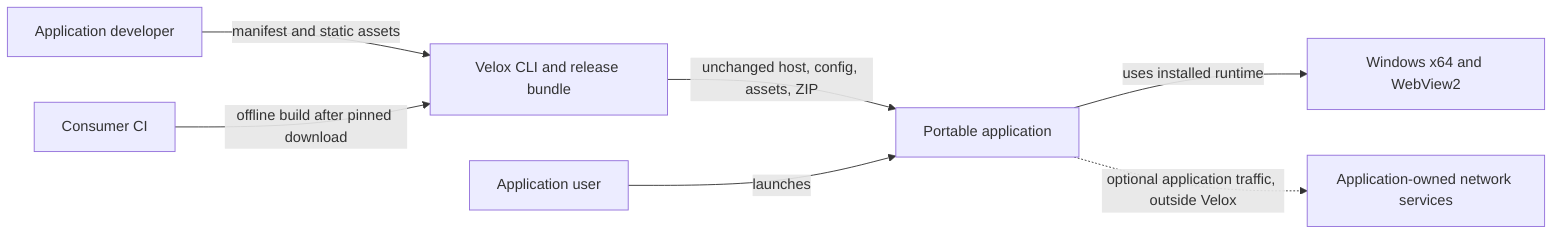
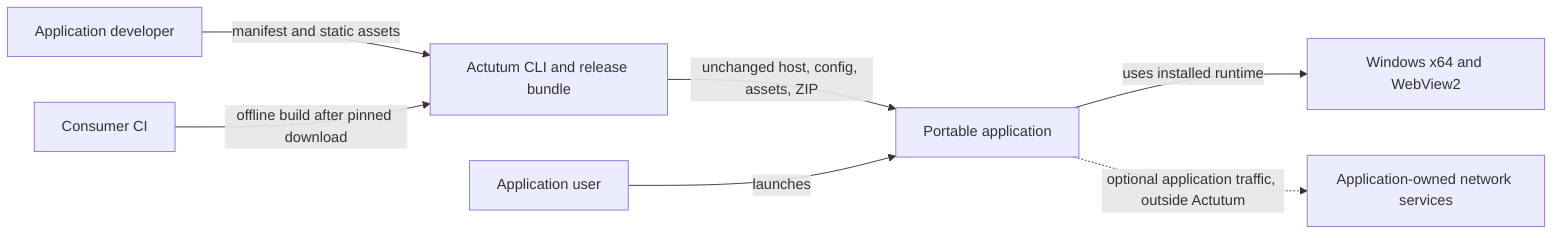
flowchart LR
  developer["Application developer"]
  ci["Consumer CI"]
-   velox["Velox CLI and release bundle"]
+   actutum["Actutum CLI and release bundle"]
  output["Portable application"]
  user["Application user"]
  windows["Windows x64 and WebView2"]
  appnet["Application-owned network services"]

-   developer -->|"manifest and static assets"| velox
-   ci -->|"offline build after pinned download"| velox
-   velox -->|"unchanged host, config, assets, ZIP"| output
+   developer -->|"manifest and static assets"| actutum
+   ci -->|"offline build after pinned download"| actutum
+   actutum -->|"unchanged host, config, assets, ZIP"| output
  user -->|"launches"| output
  output -->|"uses installed runtime"| windows
-   output -.->|"optional application traffic, outside Velox"| appnet
+   output -.->|"optional application traffic, outside Actutum"| appnet
